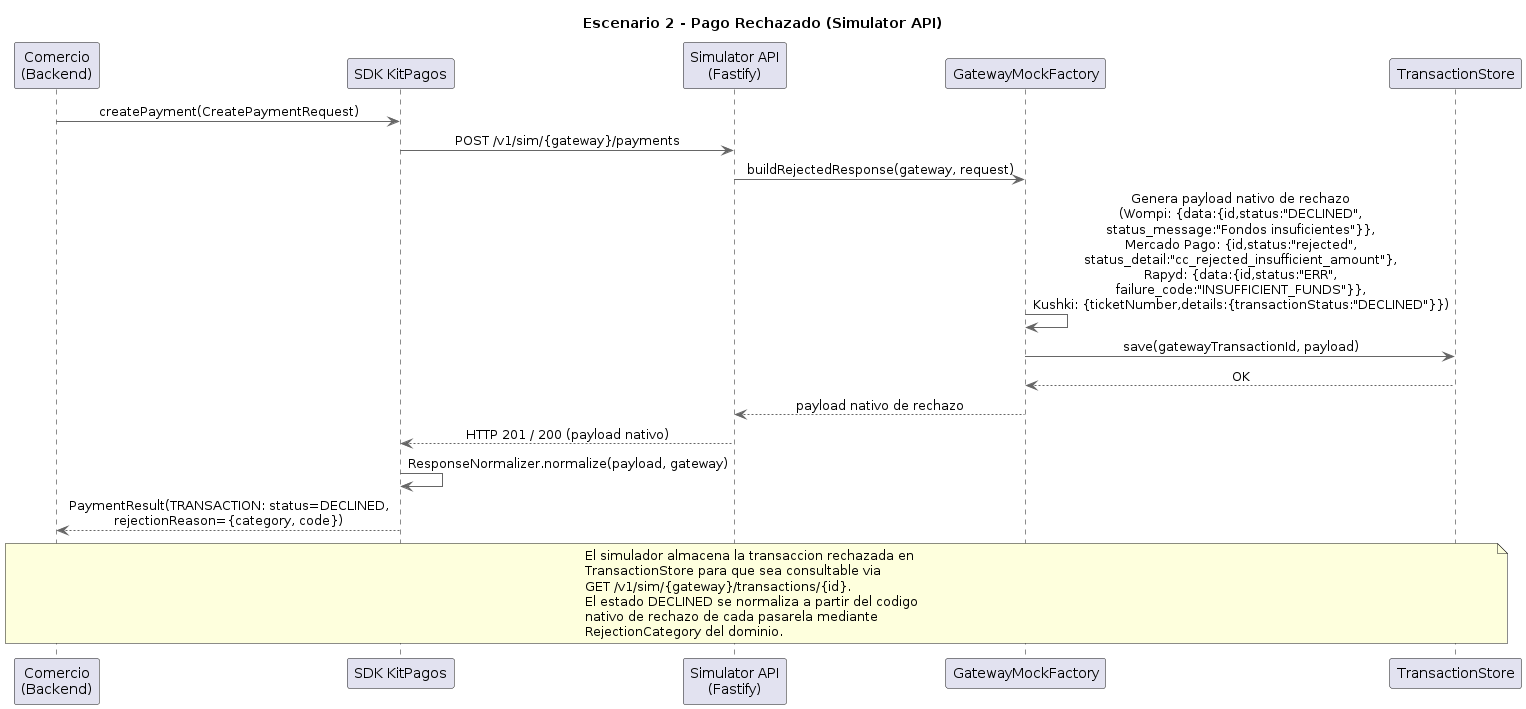
Earlier version of the PlantUML export docs/architecture/Simulador API/Sequence Diagram - Denied Payment.png (PurosBrothers/Kit-Pagos-Colombia---Tesis).
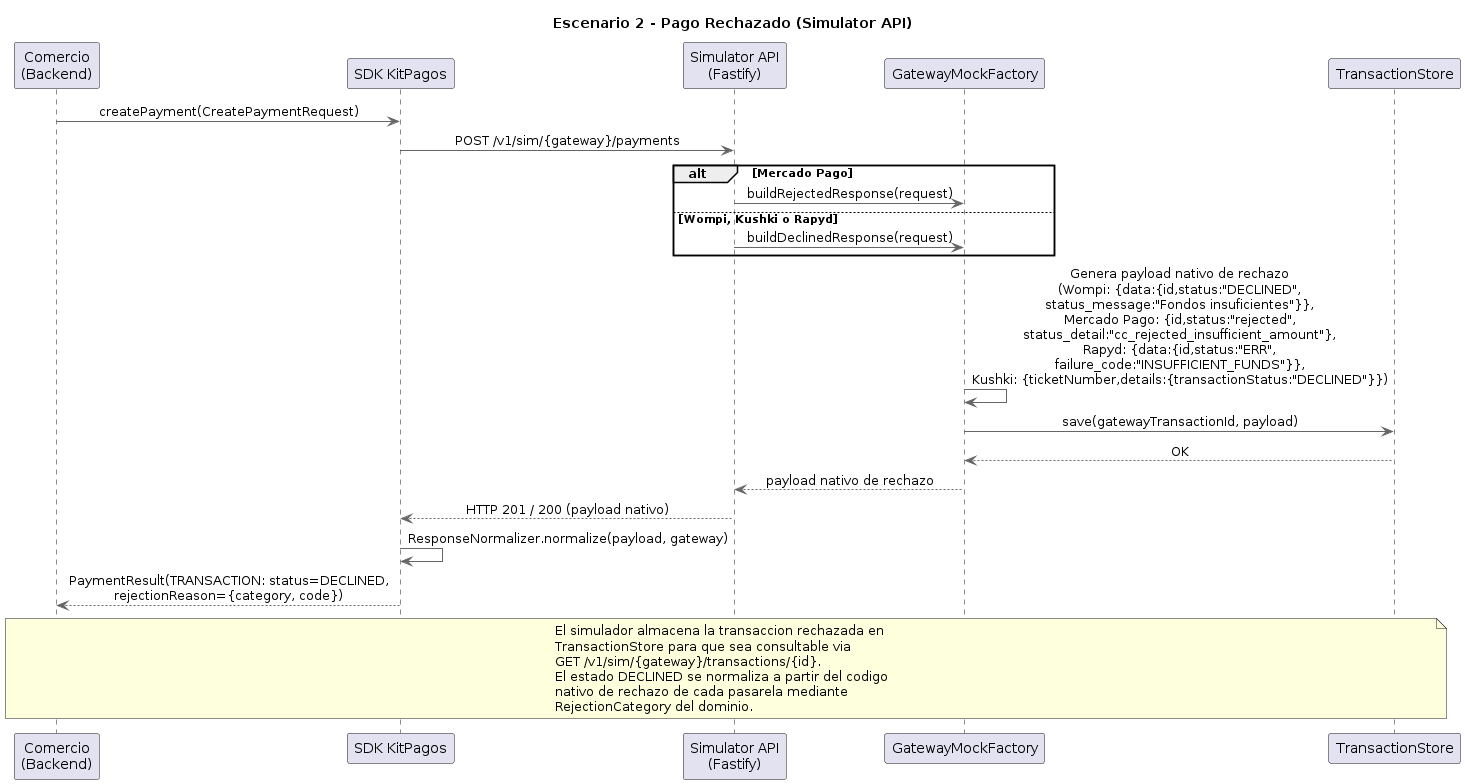
The same diagram one commit later.

Change to the diagram source:
```diff
@@ -13,7 +13,11 @@
 
 Comercio -> SDK : createPayment(CreatePaymentRequest)
 SDK -> SimAPI : POST /v1/sim/{gateway}/payments
-SimAPI -> MockFactory : buildRejectedResponse(gateway, request)
+alt Mercado Pago
+  SimAPI -> MockFactory : buildRejectedResponse(request)
+else Wompi, Kushki o Rapyd
+  SimAPI -> MockFactory : buildDeclinedResponse(request)
+end
 MockFactory -> MockFactory : Genera payload nativo de rechazo\n(Wompi: {data:{id,status:"DECLINED",\nstatus_message:"Fondos insuficientes"}},\nMercado Pago: {id,status:"rejected",\nstatus_detail:"cc_rejected_insufficient_amount"},\nRapyd: {data:{id,status:"ERR",\nfailure_code:"INSUFFICIENT_FUNDS"}},\nKushki: {ticketNumber,details:{transactionStatus:"DECLINED"}})
 MockFactory -> Store : save(gatewayTransactionId, payload)
 Store --> MockFactory : OK
```
